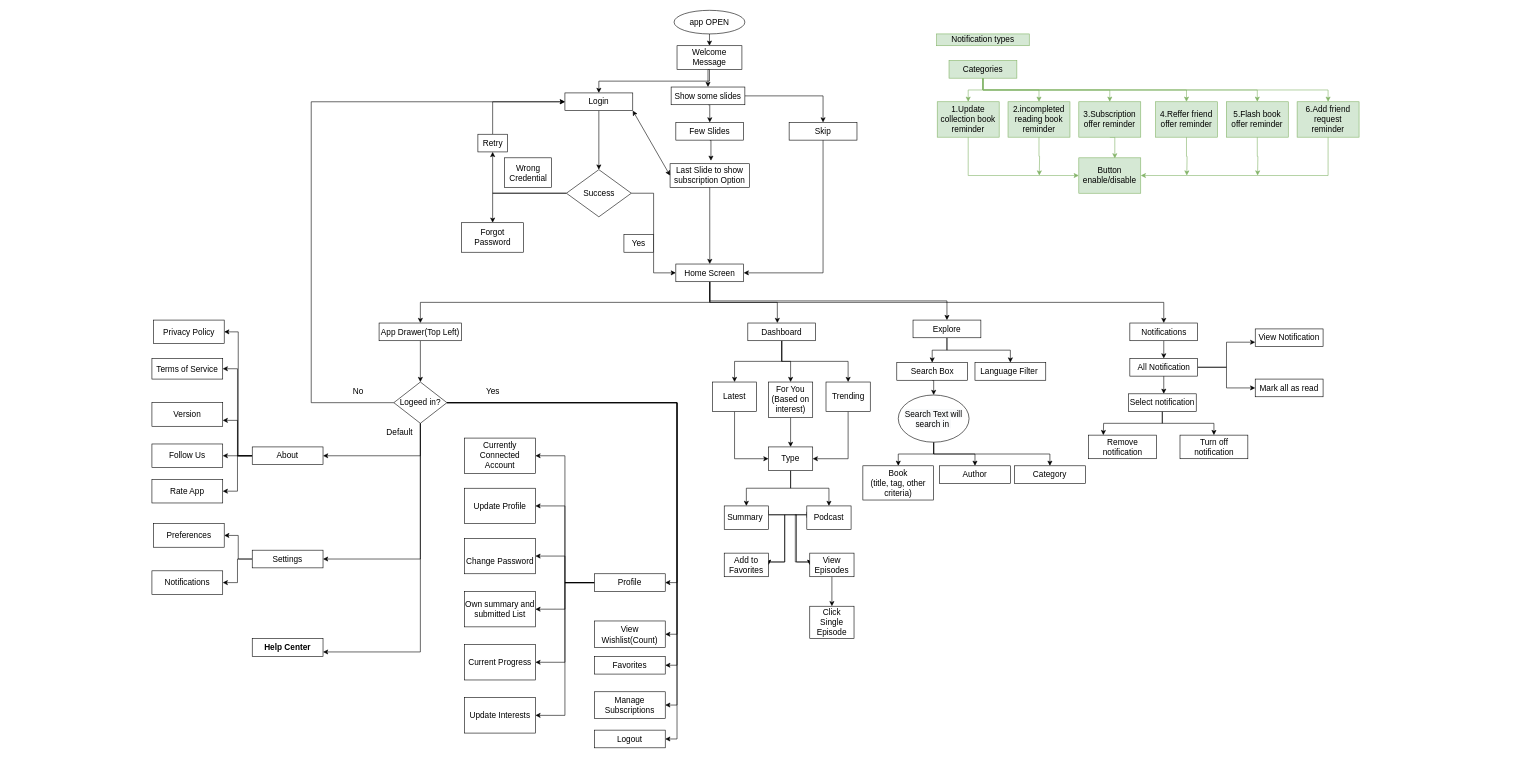
showkat2203/bookJuice keeps this draw.io diagram as BookJuice.drawio. Above is the earlier version. Source tidied: cells renumbered, new cells numbered last; positions are measured from the earlier drawing's top-left corner, leaving out a move shared by most shapes. Both pictures are drawn from the tidied source at 59%, with x=0, y=0 at pixel (152, 10).
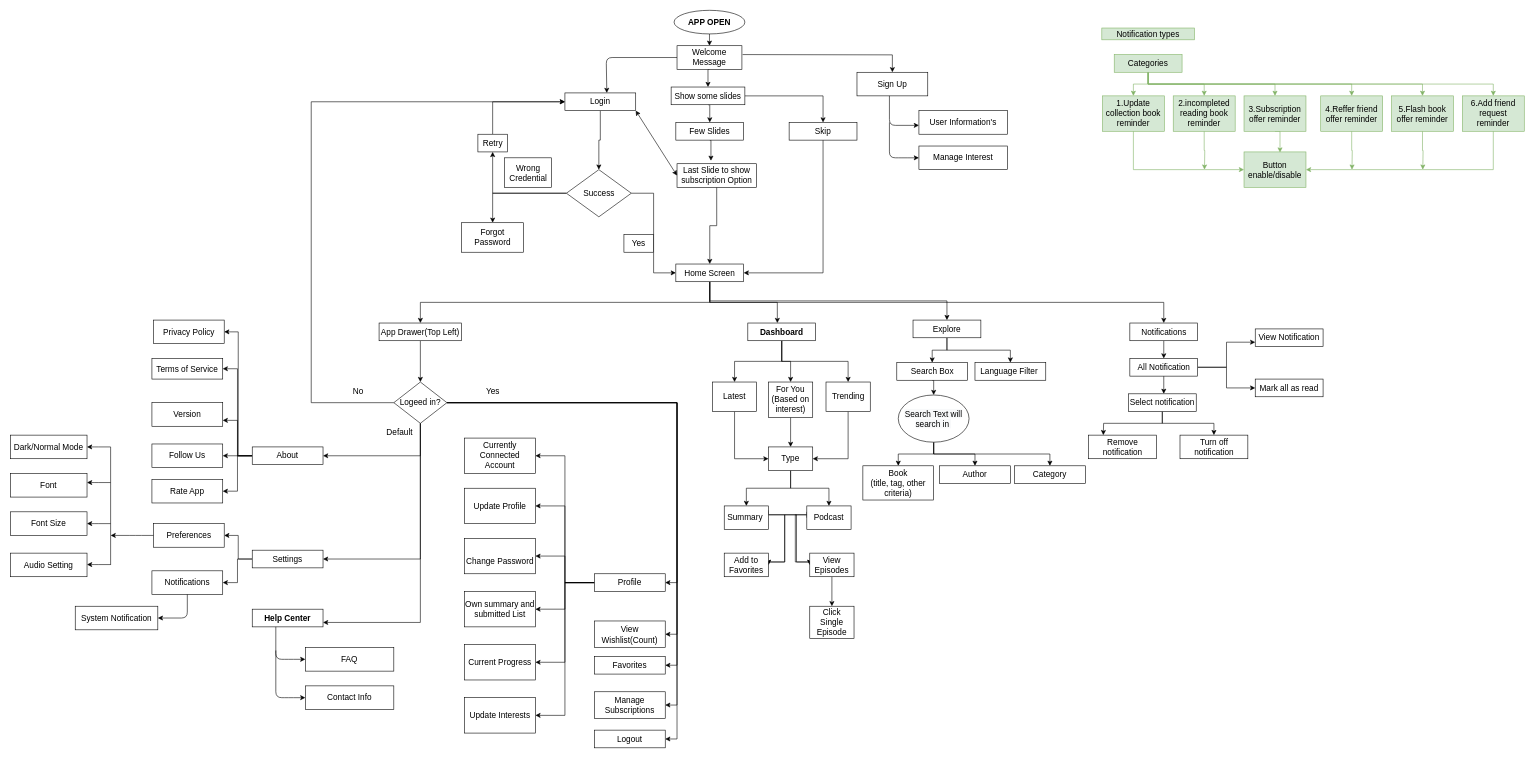
The same page after the edit.

Unchanged cells that the change refers to:
```xml
<mxCell id="6" value="Welcome Message" style="rounded=0;whiteSpace=wrap;html=1;fontSize=14;labelBorderColor=none;" parent="1" vertex="1">
  <mxGeometry x="890" y="60" width="110" height="40" as="geometry" />
</mxCell>
```

What changed in the source:
```diff
@@
-    <mxCell id="3" value="&lt;font style=&quot;font-size: 14px&quot;&gt;app OPEN&lt;/font&gt;" style="ellipse;whiteSpace=wrap;html=1;fontSize=14;labelBorderColor=none;" parent="1" vertex="1">
+    <mxCell id="3" value="&lt;font style=&quot;font-size: 14px&quot;&gt;&lt;b&gt;APP OPEN&lt;/b&gt;&lt;/font&gt;" style="ellipse;whiteSpace=wrap;html=1;fontSize=14;labelBorderColor=none;" parent="1" vertex="1">
       <mxGeometry x="885" width="120" height="40" as="geometry" />
     </mxCell>
@@
-    <mxCell id="5" style="edgeStyle=orthogonalEdgeStyle;rounded=0;jettySize=auto;html=1;exitX=0.5;exitY=1;exitDx=0;exitDy=0;entryX=0.5;entryY=0;entryDx=0;entryDy=0;fontSize=14;" parent="1" edge="1" source="6" target="10">
-      <mxGeometry relative="1" as="geometry" />
-    </mxCell>
@@
     <mxCell id="10" value="Login" style="rounded=0;whiteSpace=wrap;html=1;fontSize=14;labelBorderColor=none;" parent="1" vertex="1">
-      <mxGeometry x="700" y="140" width="115" height="30" as="geometry" />
+      <mxGeometry x="700" y="140" width="120" height="30" as="geometry" />
     </mxCell>
@@
-    <mxCell id="30" value="Dashboard" style="rounded=0;whiteSpace=wrap;html=1;fontSize=14;labelBorderColor=none;" parent="1" vertex="1">
+    <mxCell id="30" value="&lt;b&gt;Dashboard&lt;/b&gt;" style="rounded=0;whiteSpace=wrap;html=1;fontSize=14;labelBorderColor=none;" parent="1" vertex="1">
       <mxGeometry x="1010" y="530" width="115" height="30" as="geometry" />
     </mxCell>
@@
     <mxCell id="42" value="Last Slide to show subscription Option" style="rounded=0;whiteSpace=wrap;html=1;fontSize=14;labelBorderColor=none;" parent="1" vertex="1">
-      <mxGeometry x="878.2" y="260" width="134.5" height="40" as="geometry" />
+      <mxGeometry x="890" y="260" width="134.5" height="40" as="geometry" />
     </mxCell>
@@
     <mxCell id="59" value="1.Update collection book reminder" style="rounded=0;whiteSpace=wrap;html=1;fontSize=14;fillColor=#d5e8d4;strokeColor=#82b366;labelBorderColor=none;" parent="1" vertex="1">
-      <mxGeometry x="1331" y="155" width="105" height="60" as="geometry" />
+      <mxGeometry x="1611" y="145" width="105" height="60" as="geometry" />
     </mxCell>
     <mxCell id="60" style="edgeStyle=orthogonalEdgeStyle;rounded=0;jettySize=auto;html=1;exitX=0.5;exitY=1;exitDx=0;exitDy=0;fillColor=#d5e8d4;strokeColor=#82b366;fontSize=14;labelBorderColor=none;" parent="1" edge="1" source="61">
       <mxGeometry relative="1" as="geometry">
-        <mxPoint x="1504" y="280" as="targetPoint" />
+        <mxPoint x="1784" y="270" as="targetPoint" />
       </mxGeometry>
     </mxCell>
     <mxCell id="61" value="2.incompleted reading book reminder" style="rounded=0;whiteSpace=wrap;html=1;fontSize=14;fillColor=#d5e8d4;strokeColor=#82b366;labelBorderColor=none;" parent="1" vertex="1">
-      <mxGeometry x="1451" y="155" width="105" height="60" as="geometry" />
+      <mxGeometry x="1731" y="145" width="105" height="60" as="geometry" />
     </mxCell>
     <mxCell id="62" style="edgeStyle=orthogonalEdgeStyle;rounded=0;jettySize=auto;html=1;exitX=0.5;exitY=1;exitDx=0;exitDy=0;entryX=0.581;entryY=0.017;entryDx=0;entryDy=0;entryPerimeter=0;fillColor=#d5e8d4;strokeColor=#82b366;fontSize=14;labelBorderColor=none;" parent="1" edge="1" source="63">
       <mxGeometry relative="1" as="geometry">
-        <mxPoint x="1632" y="251" as="targetPoint" />
+        <mxPoint x="1912" y="241" as="targetPoint" />
       </mxGeometry>
     </mxCell>
     <mxCell id="63" value="3.Subscription offer reminder" style="rounded=0;whiteSpace=wrap;html=1;fontSize=14;fillColor=#d5e8d4;strokeColor=#82b366;labelBorderColor=none;" parent="1" vertex="1">
-      <mxGeometry x="1571" y="155" width="105" height="60" as="geometry" />
+      <mxGeometry x="1851" y="145" width="105" height="60" as="geometry" />
     </mxCell>
     <mxCell id="64" style="edgeStyle=orthogonalEdgeStyle;rounded=0;jettySize=auto;html=1;exitX=0.5;exitY=1;exitDx=0;exitDy=0;fillColor=#d5e8d4;strokeColor=#82b366;fontSize=14;labelBorderColor=none;" parent="1" edge="1" source="65">
       <mxGeometry relative="1" as="geometry">
-        <mxPoint x="1754" y="280" as="targetPoint" />
+        <mxPoint x="2034" y="270" as="targetPoint" />
       </mxGeometry>
     </mxCell>
     <mxCell id="65" value="4.Reffer friend offer reminder" style="rounded=0;whiteSpace=wrap;html=1;fontSize=14;fillColor=#d5e8d4;strokeColor=#82b366;labelBorderColor=none;" parent="1" vertex="1">
-      <mxGeometry x="1701" y="155" width="105" height="60" as="geometry" />
+      <mxGeometry x="1981" y="145" width="105" height="60" as="geometry" />
     </mxCell>
     <mxCell id="66" style="edgeStyle=orthogonalEdgeStyle;rounded=0;jettySize=auto;html=1;exitX=0.5;exitY=1;exitDx=0;exitDy=0;fillColor=#d5e8d4;strokeColor=#82b366;fontSize=14;labelBorderColor=none;" parent="1" edge="1" source="67">
       <mxGeometry relative="1" as="geometry">
-        <mxPoint x="1874" y="280" as="targetPoint" />
+        <mxPoint x="2154" y="270" as="targetPoint" />
       </mxGeometry>
     </mxCell>
     <mxCell id="67" value="5.Flash book offer reminder" style="rounded=0;whiteSpace=wrap;html=1;fontSize=14;fillColor=#d5e8d4;strokeColor=#82b366;labelBorderColor=none;" parent="1" vertex="1">
-      <mxGeometry x="1821" y="155" width="105" height="60" as="geometry" />
+      <mxGeometry x="2101" y="145" width="105" height="60" as="geometry" />
     </mxCell>
@@
     <mxCell id="69" value="6.Add friend request reminder" style="rounded=0;whiteSpace=wrap;html=1;fontSize=14;fillColor=#d5e8d4;strokeColor=#82b366;labelBorderColor=none;" parent="1" vertex="1">
-      <mxGeometry x="1941" y="155" width="105" height="60" as="geometry" />
+      <mxGeometry x="2221" y="145" width="105" height="60" as="geometry" />
     </mxCell>
     <mxCell id="70" value="Button&lt;br style=&quot;font-size: 14px;&quot;&gt;enable/disable" style="rounded=0;whiteSpace=wrap;html=1;fontSize=14;fillColor=#d5e8d4;strokeColor=#82b366;labelBorderColor=none;" parent="1" vertex="1">
-      <mxGeometry x="1571" y="250" width="105" height="60" as="geometry" />
+      <mxGeometry x="1851" y="240" width="105" height="60" as="geometry" />
     </mxCell>
@@
     <mxCell id="77" value="Categories" style="rounded=0;whiteSpace=wrap;html=1;fontSize=14;fillColor=#d5e8d4;strokeColor=#82b366;labelBorderColor=none;" parent="1" vertex="1">
-      <mxGeometry x="1351" y="85" width="115" height="30" as="geometry" />
+      <mxGeometry x="1631" y="75" width="115" height="30" as="geometry" />
     </mxCell>
@@
     <mxCell id="133" value="&lt;font style=&quot;font-size: 14px;&quot;&gt;Notification types&lt;/font&gt;" style="text;html=1;strokeColor=#82b366;fillColor=#d5e8d4;align=center;verticalAlign=middle;whiteSpace=wrap;rounded=0;fontSize=14;labelBorderColor=none;" parent="1" vertex="1">
-      <mxGeometry x="1330" y="40" width="157" height="20" as="geometry" />
+      <mxGeometry x="1610" y="30" width="157" height="20" as="geometry" />
     </mxCell>
     <mxCell id="134" value="&lt;span style=&quot;font-family: arial; background-color: transparent; font-weight: 700; vertical-align: baseline; font-size: 14px;&quot; id=&quot;docs-internal-guid-f700fdf9-7fff-9322-6906-772962752fa2&quot;&gt;&lt;font style=&quot;font-size: 14px;&quot;&gt;Help Center&lt;/font&gt;&lt;/span&gt;" style="rounded=0;whiteSpace=wrap;html=1;fontSize=14;labelBorderColor=none;" parent="1" vertex="1">
-      <mxGeometry x="170" y="1065" width="120" height="30" as="geometry" />
+      <mxGeometry x="170" y="1015" width="120" height="30" as="geometry" />
     </mxCell>
@@
+    <mxCell id="153" value="&lt;font style=&quot;font-size: 14px&quot;&gt;Sign Up&lt;/font&gt;" style="rounded=0;whiteSpace=wrap;html=1;" parent="1" vertex="1">
+      <mxGeometry x="1195" y="105" width="120" height="40" as="geometry" />
+    </mxCell>
+    <mxCell id="154" style="edgeStyle=orthogonalEdgeStyle;rounded=0;jettySize=auto;html=1;exitX=1;exitY=0.5;exitDx=0;exitDy=0;entryX=0.5;entryY=0;entryDx=0;entryDy=0;fontSize=14;labelBorderColor=none;" parent="1" edge="1" target="153">
+      <mxGeometry relative="1" as="geometry">
+        <mxPoint x="1001.2" y="75" as="sourcePoint" />
+      </mxGeometry>
+    </mxCell>
+    <mxCell id="155" style="endArrow=classic;html=1;" parent="1" edge="1">
+      <mxGeometry relative="1" as="geometry">
+        <mxPoint x="1250" y="145" as="sourcePoint" />
+        <mxPoint x="1300" y="195" as="targetPoint" />
+        <Array as="points">
+          <mxPoint x="1250" y="195" />
+        </Array>
+      </mxGeometry>
+    </mxCell>
+    <mxCell id="156" style="endArrow=classic;html=1;" parent="1" edge="1">
+      <mxGeometry relative="1" as="geometry">
+        <mxPoint x="1250" y="190" as="sourcePoint" />
+        <mxPoint x="1300" y="250" as="targetPoint" />
+        <Array as="points">
+          <mxPoint x="1250" y="250" />
+          <mxPoint x="1270" y="250" />
+        </Array>
+      </mxGeometry>
+    </mxCell>
+    <mxCell id="157" value="&lt;font style=&quot;font-size: 14px&quot;&gt;User Information's&lt;/font&gt;" style="rounded=0;whiteSpace=wrap;html=1;" parent="1" vertex="1">
+      <mxGeometry x="1300" y="170" width="150" height="40" as="geometry" />
+    </mxCell>
+    <mxCell id="158" value="&lt;font style=&quot;font-size: 14px&quot;&gt;Manage Interest&lt;/font&gt;" style="rounded=0;whiteSpace=wrap;html=1;" parent="1" vertex="1">
+      <mxGeometry x="1300" y="230" width="150" height="40" as="geometry" />
+    </mxCell>
+    <mxCell id="159" style="endArrow=none;html=1;" parent="1" edge="1">
+      <mxGeometry relative="1" as="geometry">
+        <mxPoint x="-70" y="940" as="sourcePoint" />
+        <mxPoint x="-70" y="740" as="targetPoint" />
+      </mxGeometry>
+    </mxCell>
+    <mxCell id="160" value="&lt;span style=&quot;font-family: &amp;#34;arial&amp;#34; ; background-color: transparent ; vertical-align: baseline ; font-size: 14px&quot; id=&quot;docs-internal-guid-7818c47c-7fff-75b6-cd96-94f05cfe4cc1&quot;&gt;&lt;font style=&quot;font-size: 14px&quot;&gt;Dark/Normal Mode&lt;/font&gt;&lt;/span&gt;" style="rounded=0;whiteSpace=wrap;html=1;fontSize=14;labelBorderColor=none;" parent="1" vertex="1">
+      <mxGeometry x="-240" y="720" width="130" height="40" as="geometry" />
+    </mxCell>
+    <mxCell id="161" value="&lt;span style=&quot;font-family: &amp;#34;arial&amp;#34; ; background-color: transparent ; vertical-align: baseline ; font-size: 14px&quot; id=&quot;docs-internal-guid-7818c47c-7fff-75b6-cd96-94f05cfe4cc1&quot;&gt;&lt;font style=&quot;font-size: 14px&quot;&gt;Font&lt;/font&gt;&lt;/span&gt;" style="rounded=0;whiteSpace=wrap;html=1;fontSize=14;labelBorderColor=none;" parent="1" vertex="1">
+      <mxGeometry x="-240" y="785" width="130" height="40" as="geometry" />
+    </mxCell>
+    <mxCell id="162" value="&lt;font face=&quot;arial&quot;&gt;Font Size&lt;/font&gt;" style="rounded=0;whiteSpace=wrap;html=1;fontSize=14;labelBorderColor=none;" parent="1" vertex="1">
+      <mxGeometry x="-240" y="850" width="130" height="40" as="geometry" />
+    </mxCell>
+    <mxCell id="163" value="&lt;span style=&quot;font-family: &amp;#34;arial&amp;#34; ; background-color: transparent ; vertical-align: baseline ; font-size: 14px&quot; id=&quot;docs-internal-guid-7818c47c-7fff-75b6-cd96-94f05cfe4cc1&quot;&gt;&lt;font style=&quot;font-size: 14px&quot;&gt;Audio Setting&lt;/font&gt;&lt;/span&gt;" style="rounded=0;whiteSpace=wrap;html=1;fontSize=14;labelBorderColor=none;" parent="1" vertex="1">
+      <mxGeometry x="-240" y="920" width="130" height="40" as="geometry" />
+    </mxCell>
+    <mxCell id="164" style="endArrow=classic;html=1;" parent="1" edge="1">
+      <mxGeometry relative="1" as="geometry">
+        <mxPoint x="60" y="990" as="sourcePoint" />
+        <mxPoint x="10" y="1030" as="targetPoint" />
+        <Array as="points">
+          <mxPoint x="60" y="1030" />
+        </Array>
+      </mxGeometry>
+    </mxCell>
+    <mxCell id="165" value="&lt;span style=&quot;font-family: &amp;#34;arial&amp;#34; ; background-color: transparent ; vertical-align: baseline ; font-size: 14px&quot; id=&quot;docs-internal-guid-7818c47c-7fff-75b6-cd96-94f05cfe4cc1&quot;&gt;&lt;font style=&quot;font-size: 14px&quot;&gt;System Notification&lt;/font&gt;&lt;/span&gt;" style="rounded=0;whiteSpace=wrap;html=1;fontSize=14;labelBorderColor=none;" parent="1" vertex="1">
+      <mxGeometry x="-130" y="1010" width="140" height="40" as="geometry" />
+    </mxCell>
+    <mxCell id="166" style="endArrow=classic;html=1;" parent="1" edge="1">
+      <mxGeometry relative="1" as="geometry">
+        <mxPoint x="210" y="1045" as="sourcePoint" />
+        <mxPoint x="260" y="1100" as="targetPoint" />
+        <Array as="points">
+          <mxPoint x="210" y="1100" />
+          <mxPoint x="230" y="1100" />
+        </Array>
+      </mxGeometry>
+    </mxCell>
+    <mxCell id="167" value="&lt;font style=&quot;font-size: 14px&quot;&gt;FAQ&lt;/font&gt;" style="rounded=0;whiteSpace=wrap;html=1;" parent="1" vertex="1">
+      <mxGeometry x="260" y="1080" width="150" height="40" as="geometry" />
+    </mxCell>
+    <mxCell id="168" value="&lt;font style=&quot;font-size: 14px&quot;&gt;Contact Info&lt;/font&gt;" style="rounded=0;whiteSpace=wrap;html=1;" parent="1" vertex="1">
+      <mxGeometry x="260" y="1145" width="150" height="40" as="geometry" />
+    </mxCell>
+    <mxCell id="169" style="endArrow=classic;html=1;" parent="1" edge="1">
+      <mxGeometry relative="1" as="geometry">
+        <mxPoint x="210" y="1085" as="sourcePoint" />
+        <mxPoint x="260" y="1165" as="targetPoint" />
+        <Array as="points">
+          <mxPoint x="210" y="1165" />
+          <mxPoint x="230" y="1165" />
+        </Array>
+      </mxGeometry>
+    </mxCell>
+    <mxCell id="170" style="endArrow=classic;html=1;" parent="1" edge="1">
+      <mxGeometry relative="1" as="geometry">
+        <mxPoint x="-70" y="740" as="sourcePoint" />
+        <mxPoint x="-110" y="740" as="targetPoint" />
+        <Array as="points">
+          <mxPoint x="-100" y="740" />
+        </Array>
+      </mxGeometry>
+    </mxCell>
+    <mxCell id="171" style="endArrow=classic;html=1;" parent="1" edge="1">
+      <mxGeometry relative="1" as="geometry">
+        <mxPoint x="-70" y="800.4" as="sourcePoint" />
+        <mxPoint x="-110" y="800.4" as="targetPoint" />
+        <Array as="points">
+          <mxPoint x="-100" y="800.4" />
+        </Array>
+      </mxGeometry>
+    </mxCell>
+    <mxCell id="172" style="endArrow=classic;html=1;" parent="1" edge="1">
+      <mxGeometry relative="1" as="geometry">
+        <mxPoint x="-70" y="870" as="sourcePoint" />
+        <mxPoint x="-110" y="870" as="targetPoint" />
+        <Array as="points">
+          <mxPoint x="-100" y="870" />
+        </Array>
+      </mxGeometry>
+    </mxCell>
+    <mxCell id="173" style="endArrow=classic;html=1;" parent="1" edge="1">
+      <mxGeometry relative="1" as="geometry">
+        <mxPoint x="-70" y="939.4" as="sourcePoint" />
+        <mxPoint x="-110" y="939.4" as="targetPoint" />
+        <Array as="points">
+          <mxPoint x="-100" y="939.4" />
+        </Array>
+      </mxGeometry>
+    </mxCell>
+    <mxCell id="174" style="endArrow=classic;html=1;" parent="1" edge="1">
+      <mxGeometry relative="1" as="geometry">
+        <mxPoint x="2.5" y="890" as="sourcePoint" />
+        <mxPoint x="-70" y="890" as="targetPoint" />
+        <Array as="points">
+          <mxPoint x="-27.5" y="890" />
+        </Array>
+      </mxGeometry>
+    </mxCell>
+    <mxCell id="175" style="endArrow=classic;html=1;exitX=0;exitY=0.5;exitDx=0;exitDy=0;" parent="1" edge="1" source="6">
+      <mxGeometry relative="1" as="geometry">
+        <mxPoint x="771" y="140" as="targetPoint" />
+        <Array as="points">
+          <mxPoint x="770" y="80" />
+        </Array>
+      </mxGeometry>
+    </mxCell>
```
